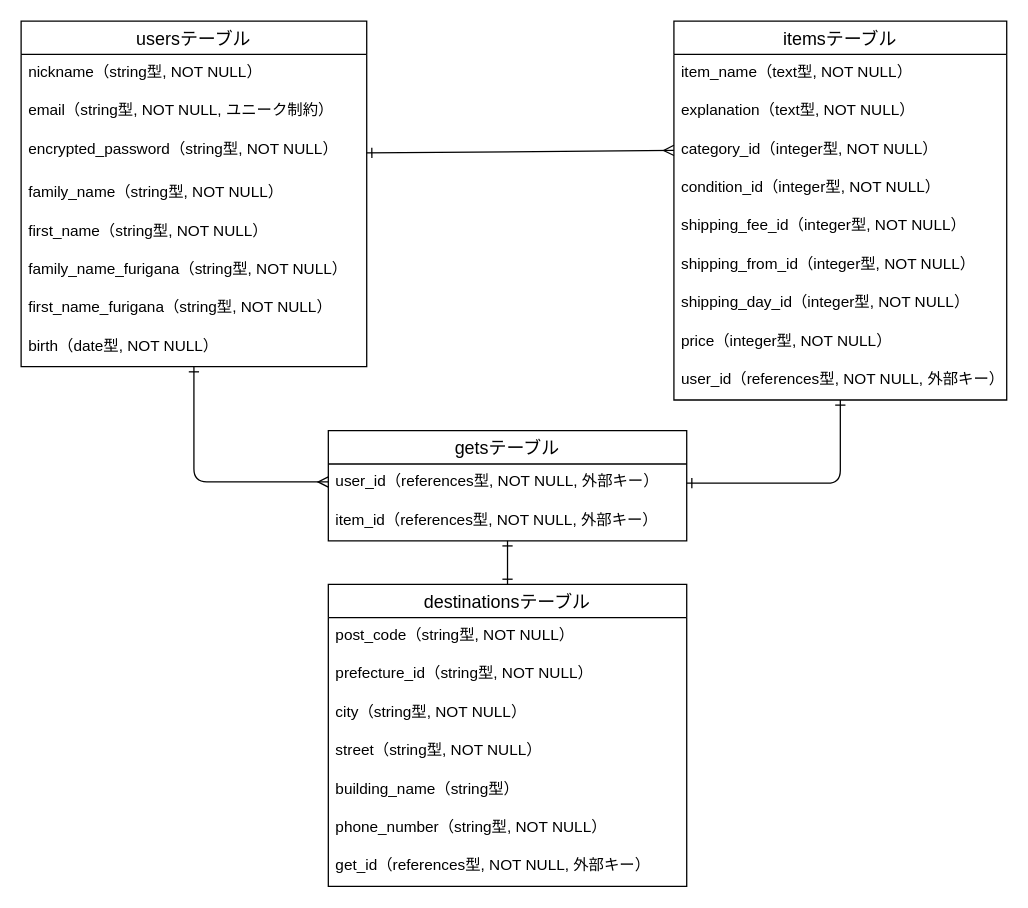
This is test.dio from tasshi94/furima-40910, a draw.io file, before an edit. Source tidied: cells renumbered, new cells numbered last; positions are measured from the earlier drawing's top-left corner, leaving out a move shared by most shapes. Both pictures are drawn from the tidied source at 128%, with x=0, y=0 at pixel (20, 20).
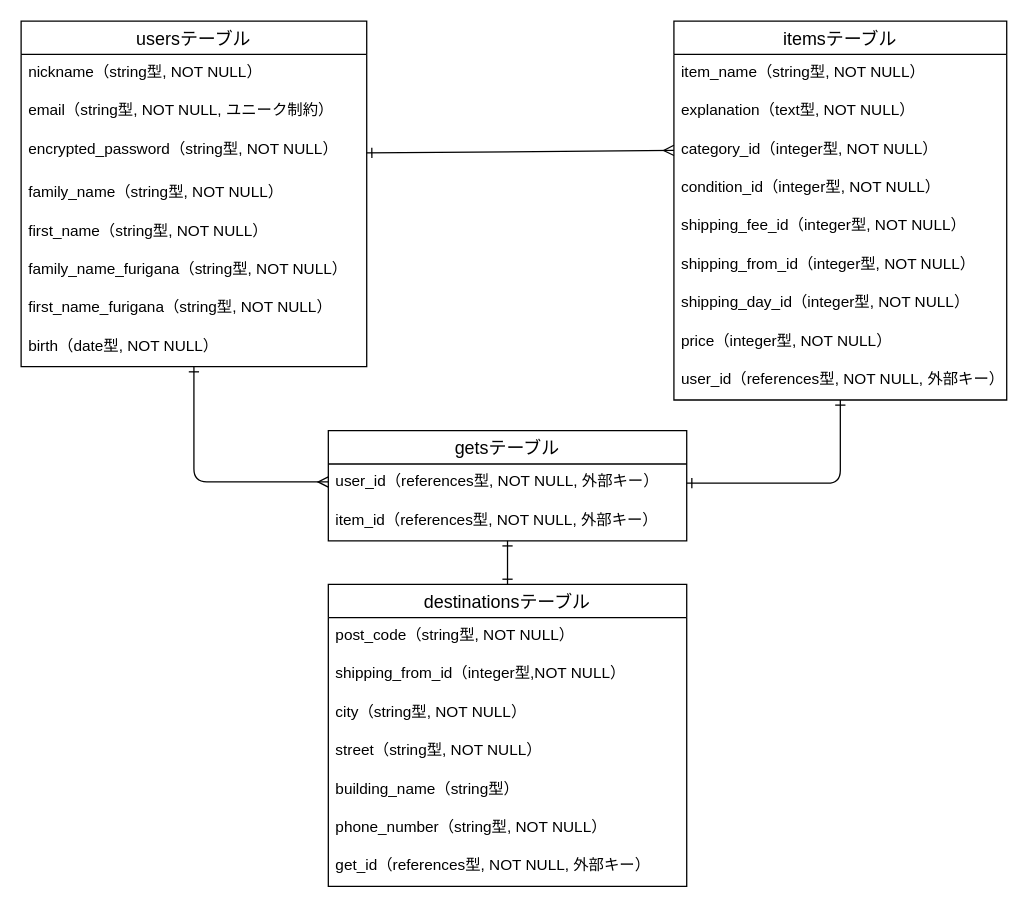
The same page after the edit.

Commit message (it also covers changes not shown here):
ER図、README修正②

Unchanged cells that the change refers to:
```xml
<mxCell id="13" value="itemsテーブル" style="swimlane;fontStyle=0;horizontal=1;startSize=26;align=center;fontSize=14;" parent="1" vertex="1">
  <mxGeometry x="510" width="260" height="296" as="geometry" />
</mxCell>
<mxCell id="27" value="destinationsテーブル" style="swimlane;fontStyle=0;horizontal=1;startSize=26;align=center;fontSize=14;" parent="1" vertex="1">
  <mxGeometry x="240" y="440" width="280" height="236" as="geometry" />
</mxCell>
```

What changed in the source:
```diff
@@
-    <mxCell id="14" value="item_name（text型, NOT NULL）" style="text;strokeColor=none;fillColor=none;spacingLeft=4;spacingRight=4;overflow=hidden;fontSize=12;" parent="13" vertex="1">
+    <mxCell id="14" value="item_name（string型, NOT NULL）" style="text;strokeColor=none;fillColor=none;spacingLeft=4;spacingRight=4;overflow=hidden;fontSize=12;" parent="13" vertex="1">
       <mxGeometry y="26" width="260" height="30" as="geometry" />
     </mxCell>
@@
-    <mxCell id="29" value="prefecture_id（string型, NOT NULL）" style="text;strokeColor=none;fillColor=none;spacingLeft=4;spacingRight=4;overflow=hidden;fontSize=12;" parent="27" vertex="1">
+    <mxCell id="29" value="shipping_from_id（integer型,NOT NULL）" style="text;strokeColor=none;fillColor=none;spacingLeft=4;spacingRight=4;overflow=hidden;fontSize=12;" parent="27" vertex="1">
       <mxGeometry y="56" width="280" height="30" as="geometry" />
     </mxCell>
```
